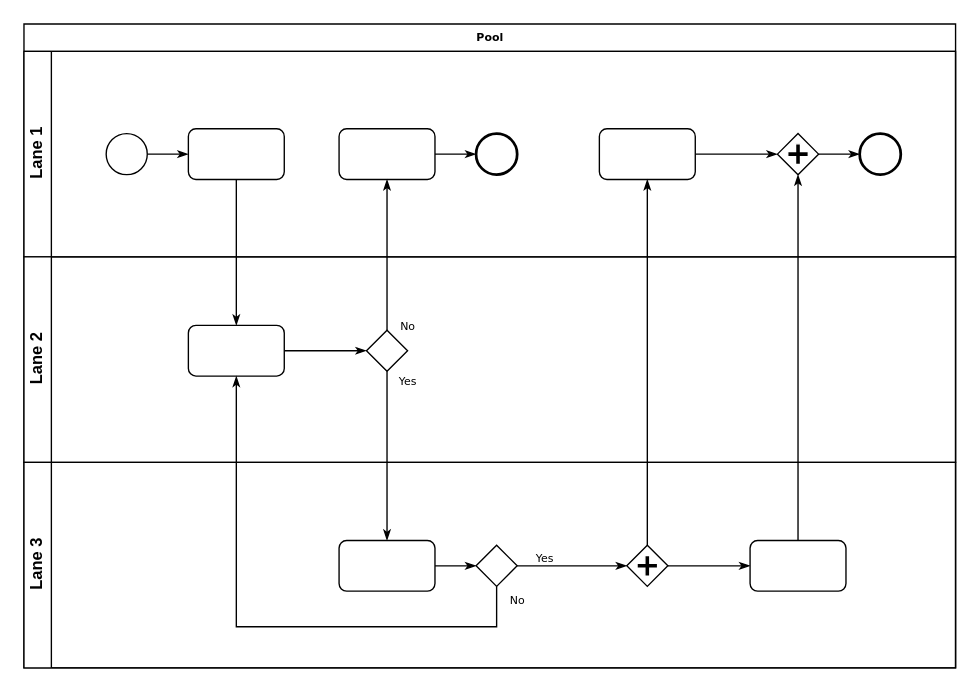
The draw.io diagram CloudPakDecisions.drawio in canpb/CloudPakDecisions-drawio, before the edit. Source tidied: cells renumbered, new cells numbered last; positions are measured from the earlier drawing's top-left corner, leaving out a move shared by most shapes. Both pictures are drawn from the tidied source at 137%, with x=0, y=0 at pixel (23, 23).
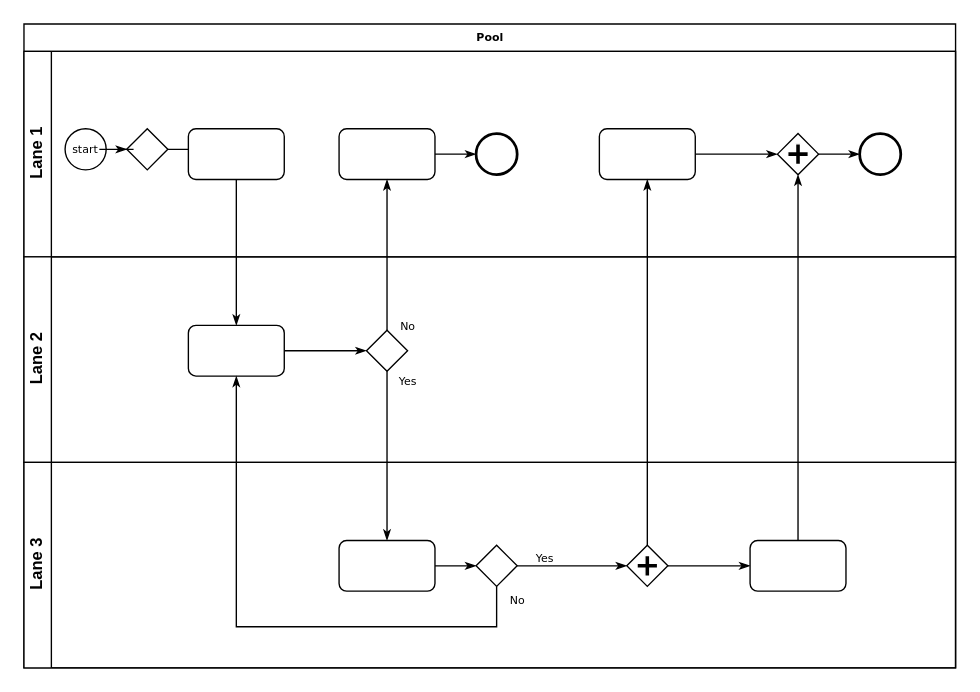
The same diagram, later.

The change refers to these unchanged cells:
```xml
<mxCell id="3" value="Lane 1" style="swimlane;html=1;startSize=20;horizontal=0;" parent="2" vertex="1">
  <mxGeometry y="20" width="680" height="150" as="geometry" />
</mxCell>
<mxCell id="6" style="rounded=1;whiteSpace=wrap;html=1;shadow=0;labelBackgroundColor=none;strokeColor=#000000;strokeWidth=1;fillColor=#ffffff;fontFamily=Verdana;fontSize=8;fontColor=#000000;align=center;" parent="3" vertex="1">
  <mxGeometry x="120" y="56.5" width="70" height="37" as="geometry" />
</mxCell>
```

Diff of the diagram source:
```diff
@@
-    <mxCell id="4" style="edgeStyle=orthogonalEdgeStyle;rounded=0;html=1;labelBackgroundColor=none;startArrow=none;startFill=0;startSize=5;endArrow=classicThin;endFill=1;endSize=5;jettySize=auto;strokeColor=#000000;strokeWidth=1;fontFamily=Verdana;fontSize=8;fontColor=#000000;" parent="3" edge="1" source="5" target="6">
+    <mxCell id="4" style="edgeStyle=orthogonalEdgeStyle;rounded=0;html=1;labelBackgroundColor=none;startArrow=none;startFill=0;startSize=5;endArrow=classicThin;endFill=1;endSize=5;jettySize=auto;strokeColor=#000000;strokeWidth=1;fontFamily=Verdana;fontSize=8;fontColor=#000000;" parent="3" edge="1" source="33" target="6">
       <mxGeometry relative="1" as="geometry" />
     </mxCell>
-    <mxCell id="5" style="ellipse;whiteSpace=wrap;html=1;rounded=0;shadow=0;labelBackgroundColor=none;strokeColor=#000000;strokeWidth=1;fillColor=#ffffff;fontFamily=Verdana;fontSize=8;fontColor=#000000;align=center;" parent="3" vertex="1">
-      <mxGeometry x="60" y="60" width="30" height="30" as="geometry" />
+    <mxCell id="5" value="start" style="ellipse;whiteSpace=wrap;html=1;rounded=0;shadow=0;labelBackgroundColor=none;strokeColor=#000000;strokeWidth=1;fillColor=#ffffff;fontFamily=Verdana;fontSize=8;fontColor=#000000;align=center;" parent="3" vertex="1">
+      <mxGeometry x="30" y="56.5" width="30" height="30" as="geometry" />
     </mxCell>
@@
+    <mxCell id="33" style="strokeWidth=1;html=1;shape=mxgraph.flowchart.decision;whiteSpace=wrap;rounded=1;shadow=0;labelBackgroundColor=none;fillColor=#ffffff;fontFamily=Verdana;fontSize=8;fontColor=#000000;align=center;" parent="3" vertex="1">
+      <mxGeometry x="75" y="56.5" width="30" height="30" as="geometry" />
+    </mxCell>
+    <mxCell id="34" style="edgeStyle=orthogonalEdgeStyle;rounded=0;html=1;labelBackgroundColor=none;startArrow=none;startFill=0;startSize=5;endArrow=classicThin;endFill=1;endSize=5;jettySize=auto;strokeColor=#000000;strokeWidth=1;fontFamily=Verdana;fontSize=8;fontColor=#000000;" parent="3" edge="1" source="5" target="33">
+      <mxGeometry relative="1" as="geometry" />
+    </mxCell>
```
